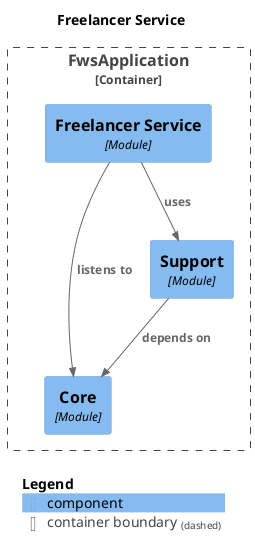
Before: docs/modules/module-freelancer.png, a diagram exported from PlantUML (krloxz/fws-application).
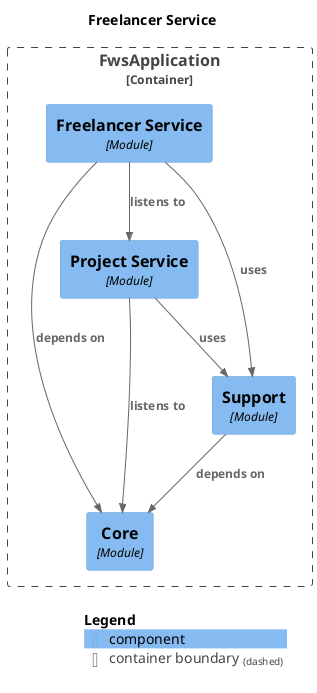
After the commit.

Change to the diagram source:
```diff
@@ -10,13 +10,17 @@
 
 Container_Boundary("FwsApplication.FwsApplication_boundary", "FwsApplication", $tags="") {
   Component(FwsApplication.FwsApplication.Core, "Core", $techn="Module", $descr="", $tags="", $link="")
+  Component(FwsApplication.FwsApplication.ProjectService, "Project Service", $techn="Module", $descr="", $tags="", $link="")
   Component(FwsApplication.FwsApplication.FreelancerService, "Freelancer Service", $techn="Module", $descr="", $tags="", $link="")
   Component(FwsApplication.FwsApplication.Support, "Support", $techn="Module", $descr="", $tags="", $link="")
 }
 
-Rel(FwsApplication.FwsApplication.FreelancerService, FwsApplication.FwsApplication.Core, "listens to", $techn="", $tags="", $link="")
 Rel(FwsApplication.FwsApplication.FreelancerService, FwsApplication.FwsApplication.Support, "uses", $techn="", $tags="", $link="")
 Rel(FwsApplication.FwsApplication.Support, FwsApplication.FwsApplication.Core, "depends on", $techn="", $tags="", $link="")
+Rel(FwsApplication.FwsApplication.ProjectService, FwsApplication.FwsApplication.Core, "listens to", $techn="", $tags="", $link="")
+Rel(FwsApplication.FwsApplication.ProjectService, FwsApplication.FwsApplication.Support, "uses", $techn="", $tags="", $link="")
+Rel(FwsApplication.FwsApplication.FreelancerService, FwsApplication.FwsApplication.ProjectService, "listens to", $techn="", $tags="", $link="")
+Rel(FwsApplication.FwsApplication.FreelancerService, FwsApplication.FwsApplication.Core, "depends on", $techn="", $tags="", $link="")
 
 SHOW_LEGEND(true)
 @enduml
```
